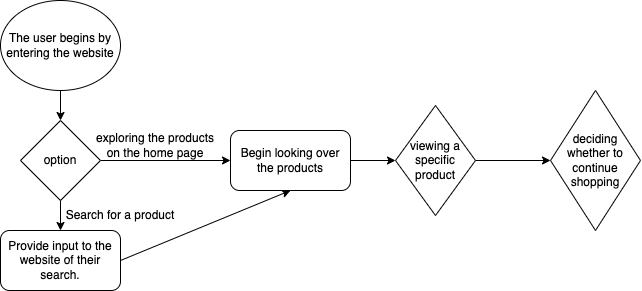
Earlier version of the draw.io export explore/diagramming/diagram.drawio.png (joy002/fa22-cse110-lab4). Source tidied: cells renumbered, new cells last; positions are measured from the earlier drawing's top-left corner, leaving out a move shared by most shapes. Its diagram source:
```xml
<mxGraphModel>
  <root>
    <mxCell id="0" />
    <mxCell id="1" parent="0" />
    <mxCell id="2" style="edgeStyle=none;html=1;exitX=0.5;exitY=1;exitDx=0;exitDy=0;entryX=0.5;entryY=0;entryDx=0;entryDy=0;" parent="1" edge="1" source="3" target="6">
      <mxGeometry relative="1" as="geometry" />
    </mxCell>
    <mxCell id="3" value="The user begins by entering the website" style="ellipse;whiteSpace=wrap;html=1;" parent="1" vertex="1">
      <mxGeometry width="120" height="90" as="geometry" />
    </mxCell>
    <mxCell id="4" style="edgeStyle=none;html=1;exitX=0.5;exitY=1;exitDx=0;exitDy=0;entryX=0.5;entryY=0;entryDx=0;entryDy=0;" parent="1" edge="1" source="6" target="8">
      <mxGeometry relative="1" as="geometry" />
    </mxCell>
    <mxCell id="5" style="edgeStyle=none;html=1;exitX=1;exitY=0.5;exitDx=0;exitDy=0;entryX=0;entryY=0.5;entryDx=0;entryDy=0;" parent="1" edge="1" source="6" target="11">
      <mxGeometry relative="1" as="geometry" />
    </mxCell>
    <mxCell id="6" value="option" style="rhombus;whiteSpace=wrap;html=1;" parent="1" vertex="1">
      <mxGeometry x="20" y="120" width="80" height="80" as="geometry" />
    </mxCell>
    <mxCell id="7" style="edgeStyle=none;html=1;exitX=1;exitY=0.5;exitDx=0;exitDy=0;entryX=0.5;entryY=1;entryDx=0;entryDy=0;" parent="1" edge="1" source="8" target="11">
      <mxGeometry relative="1" as="geometry" />
    </mxCell>
    <mxCell id="8" value="Provide input to the website of their search." style="rounded=1;whiteSpace=wrap;html=1;" parent="1" vertex="1">
      <mxGeometry y="230" width="120" height="60" as="geometry" />
    </mxCell>
    <mxCell id="9" value="Search for a product" style="text;strokeColor=none;align=center;fillColor=none;html=1;verticalAlign=middle;whiteSpace=wrap;rounded=0;" parent="1" vertex="1">
      <mxGeometry x="60" y="200" width="120" height="30" as="geometry" />
    </mxCell>
    <mxCell id="10" style="edgeStyle=none;html=1;exitX=1;exitY=0.5;exitDx=0;exitDy=0;entryX=0;entryY=0.5;entryDx=0;entryDy=0;" parent="1" edge="1" source="11" target="14">
      <mxGeometry relative="1" as="geometry" />
    </mxCell>
    <mxCell id="11" value="Begin looking over the products" style="rounded=1;whiteSpace=wrap;html=1;" parent="1" vertex="1">
      <mxGeometry x="230" y="130" width="120" height="60" as="geometry" />
    </mxCell>
    <mxCell id="12" value="exploring the products on the home page" style="text;strokeColor=none;align=center;fillColor=none;html=1;verticalAlign=middle;whiteSpace=wrap;rounded=0;" parent="1" vertex="1">
      <mxGeometry x="90" y="130" width="130" height="30" as="geometry" />
    </mxCell>
    <mxCell id="13" style="edgeStyle=none;html=1;exitX=1;exitY=0.5;exitDx=0;exitDy=0;entryX=0;entryY=0.5;entryDx=0;entryDy=0;" parent="1" edge="1" source="14" target="15">
      <mxGeometry relative="1" as="geometry" />
    </mxCell>
    <mxCell id="14" value="viewing a specific product" style="rhombus;whiteSpace=wrap;html=1;" parent="1" vertex="1">
      <mxGeometry x="395" y="105" width="80" height="110" as="geometry" />
    </mxCell>
    <mxCell id="15" value="deciding whether to continue shopping" style="rhombus;whiteSpace=wrap;html=1;" parent="1" vertex="1">
      <mxGeometry x="550" y="90" width="90" height="140" as="geometry" />
    </mxCell>
  </root>
</mxGraphModel>
```
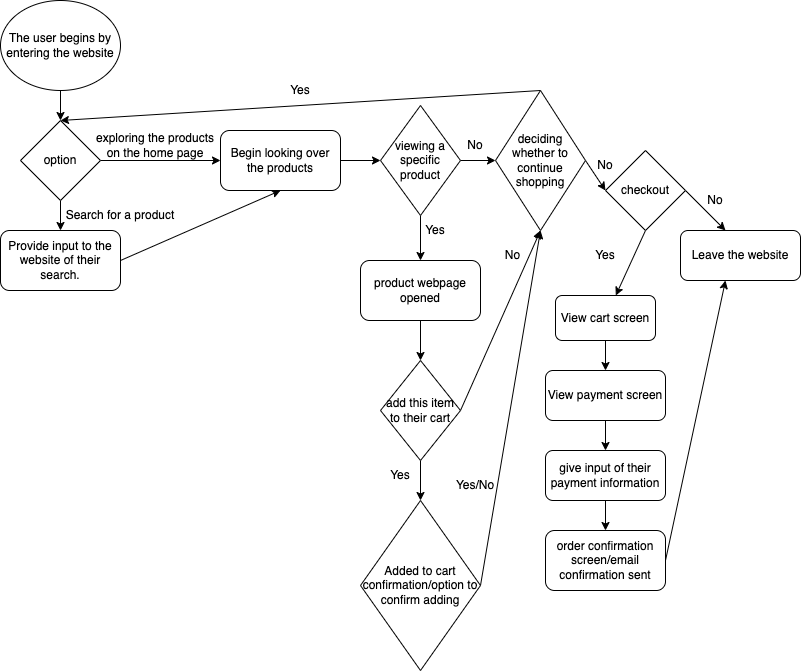
The same file after the commit.

Commit message:
diagram completed

The edit, as a diff of the source:
```diff
@@ -30,7 +30,7 @@
       <mxGeometry relative="1" as="geometry" />
     </mxCell>
     <mxCell id="11" value="Begin looking over the products" style="rounded=1;whiteSpace=wrap;html=1;" parent="1" vertex="1">
-      <mxGeometry x="230" y="130" width="120" height="60" as="geometry" />
+      <mxGeometry x="220" y="130" width="120" height="60" as="geometry" />
     </mxCell>
     <mxCell id="12" value="exploring the products on the home page" style="text;strokeColor=none;align=center;fillColor=none;html=1;verticalAlign=middle;whiteSpace=wrap;rounded=0;" parent="1" vertex="1">
       <mxGeometry x="90" y="130" width="130" height="30" as="geometry" />
@@ -38,11 +38,108 @@
     <mxCell id="13" style="edgeStyle=none;html=1;exitX=1;exitY=0.5;exitDx=0;exitDy=0;entryX=0;entryY=0.5;entryDx=0;entryDy=0;" parent="1" edge="1" source="14" target="15">
       <mxGeometry relative="1" as="geometry" />
     </mxCell>
+    <mxCell id="16" style="edgeStyle=none;html=1;exitX=0.5;exitY=1;exitDx=0;exitDy=0;entryX=0.5;entryY=0;entryDx=0;entryDy=0;" parent="1" edge="1" source="14" target="24">
+      <mxGeometry relative="1" as="geometry" />
+    </mxCell>
     <mxCell id="14" value="viewing a specific product" style="rhombus;whiteSpace=wrap;html=1;" parent="1" vertex="1">
-      <mxGeometry x="395" y="105" width="80" height="110" as="geometry" />
+      <mxGeometry x="380" y="105" width="80" height="110" as="geometry" />
     </mxCell>
+    <mxCell id="17" style="edgeStyle=none;html=1;exitX=0.5;exitY=0;exitDx=0;exitDy=0;entryX=0.5;entryY=0;entryDx=0;entryDy=0;" parent="1" edge="1" source="15" target="6">
+      <mxGeometry relative="1" as="geometry" />
+    </mxCell>
+    <mxCell id="18" style="edgeStyle=none;html=1;exitX=1;exitY=0.5;exitDx=0;exitDy=0;entryX=0;entryY=0.5;entryDx=0;entryDy=0;" parent="1" edge="1" source="15" target="21">
+      <mxGeometry relative="1" as="geometry" />
+    </mxCell>
     <mxCell id="15" value="deciding whether to continue shopping" style="rhombus;whiteSpace=wrap;html=1;" parent="1" vertex="1">
-      <mxGeometry x="550" y="90" width="90" height="140" as="geometry" />
+      <mxGeometry x="495" y="90" width="90" height="140" as="geometry" />
     </mxCell>
+    <mxCell id="19" style="edgeStyle=none;html=1;exitX=1;exitY=0.5;exitDx=0;exitDy=0;entryX=0.5;entryY=0;entryDx=0;entryDy=0;" parent="1" edge="1" source="21">
+      <mxGeometry relative="1" as="geometry">
+        <mxPoint x="725" y="230" as="targetPoint" />
+      </mxGeometry>
+    </mxCell>
+    <mxCell id="20" style="edgeStyle=none;html=1;exitX=0.5;exitY=1;exitDx=0;exitDy=0;" parent="1" edge="1" source="21" target="36">
+      <mxGeometry relative="1" as="geometry" />
+    </mxCell>
+    <mxCell id="21" value="checkout" style="rhombus;whiteSpace=wrap;html=1;" parent="1" vertex="1">
+      <mxGeometry x="605" y="150" width="80" height="80" as="geometry" />
+    </mxCell>
+    <mxCell id="22" value="No" style="text;strokeColor=none;align=center;fillColor=none;html=1;verticalAlign=middle;whiteSpace=wrap;rounded=0;" parent="1" vertex="1">
+      <mxGeometry x="445" y="130" width="60" height="30" as="geometry" />
+    </mxCell>
+    <mxCell id="23" style="edgeStyle=none;html=1;exitX=0.5;exitY=1;exitDx=0;exitDy=0;entryX=0.5;entryY=0;entryDx=0;entryDy=0;" parent="1" edge="1" source="24" target="28">
+      <mxGeometry relative="1" as="geometry" />
+    </mxCell>
+    <mxCell id="24" value="product webpage opened" style="rounded=1;whiteSpace=wrap;html=1;" parent="1" vertex="1">
+      <mxGeometry x="360" y="260" width="120" height="60" as="geometry" />
+    </mxCell>
+    <mxCell id="25" value="Yes" style="text;strokeColor=none;align=center;fillColor=none;html=1;verticalAlign=middle;whiteSpace=wrap;rounded=0;" parent="1" vertex="1">
+      <mxGeometry x="405" y="215" width="60" height="30" as="geometry" />
+    </mxCell>
+    <mxCell id="26" style="edgeStyle=none;html=1;exitX=1;exitY=0.5;exitDx=0;exitDy=0;entryX=0.5;entryY=1;entryDx=0;entryDy=0;" parent="1" edge="1" source="28" target="15">
+      <mxGeometry relative="1" as="geometry" />
+    </mxCell>
+    <mxCell id="27" style="edgeStyle=none;html=1;exitX=0.5;exitY=1;exitDx=0;exitDy=0;entryX=0.5;entryY=0;entryDx=0;entryDy=0;" parent="1" edge="1" source="28" target="45">
+      <mxGeometry relative="1" as="geometry" />
+    </mxCell>
+    <mxCell id="28" value="add this item to their cart" style="rhombus;whiteSpace=wrap;html=1;" parent="1" vertex="1">
+      <mxGeometry x="380" y="360" width="80" height="100" as="geometry" />
+    </mxCell>
+    <mxCell id="29" value="No" style="text;strokeColor=none;align=center;fillColor=none;html=1;verticalAlign=middle;whiteSpace=wrap;rounded=0;" parent="1" vertex="1">
+      <mxGeometry x="490" y="240" width="45" height="30" as="geometry" />
+    </mxCell>
+    <mxCell id="30" value="Yes" style="text;strokeColor=none;align=center;fillColor=none;html=1;verticalAlign=middle;whiteSpace=wrap;rounded=0;" parent="1" vertex="1">
+      <mxGeometry x="370" y="460" width="60" height="30" as="geometry" />
+    </mxCell>
+    <mxCell id="31" value="Yes" style="text;strokeColor=none;align=center;fillColor=none;html=1;verticalAlign=middle;whiteSpace=wrap;rounded=0;" parent="1" vertex="1">
+      <mxGeometry x="270" y="75" width="60" height="30" as="geometry" />
+    </mxCell>
+    <mxCell id="32" value="No" style="text;strokeColor=none;align=center;fillColor=none;html=1;verticalAlign=middle;whiteSpace=wrap;rounded=0;" parent="1" vertex="1">
+      <mxGeometry x="575" y="150" width="60" height="30" as="geometry" />
+    </mxCell>
+    <mxCell id="33" value="Leave the website" style="rounded=1;whiteSpace=wrap;html=1;" parent="1" vertex="1">
+      <mxGeometry x="680" y="230" width="120" height="50" as="geometry" />
+    </mxCell>
+    <mxCell id="34" value="No" style="text;strokeColor=none;align=center;fillColor=none;html=1;verticalAlign=middle;whiteSpace=wrap;rounded=0;" parent="1" vertex="1">
+      <mxGeometry x="695" y="185" width="40" height="30" as="geometry" />
+    </mxCell>
+    <mxCell id="35" style="edgeStyle=none;html=1;exitX=0.5;exitY=1;exitDx=0;exitDy=0;entryX=0.5;entryY=0;entryDx=0;entryDy=0;" parent="1" edge="1" source="36" target="39">
+      <mxGeometry relative="1" as="geometry" />
+    </mxCell>
+    <mxCell id="36" value="View cart screen" style="rounded=1;whiteSpace=wrap;html=1;" parent="1" vertex="1">
+      <mxGeometry x="555" y="295" width="100" height="45" as="geometry" />
+    </mxCell>
+    <mxCell id="37" value="Yes" style="text;strokeColor=none;align=center;fillColor=none;html=1;verticalAlign=middle;whiteSpace=wrap;rounded=0;" parent="1" vertex="1">
+      <mxGeometry x="585" y="240" width="40" height="30" as="geometry" />
+    </mxCell>
+    <mxCell id="38" style="edgeStyle=none;html=1;exitX=0.5;exitY=1;exitDx=0;exitDy=0;entryX=0.5;entryY=0;entryDx=0;entryDy=0;" parent="1" edge="1" source="39" target="41">
+      <mxGeometry relative="1" as="geometry" />
+    </mxCell>
+    <mxCell id="39" value="View payment screen" style="rounded=1;whiteSpace=wrap;html=1;" parent="1" vertex="1">
+      <mxGeometry x="545" y="370" width="120" height="50" as="geometry" />
+    </mxCell>
+    <mxCell id="40" style="edgeStyle=none;html=1;exitX=0.5;exitY=1;exitDx=0;exitDy=0;" parent="1" edge="1" source="41" target="43">
+      <mxGeometry relative="1" as="geometry" />
+    </mxCell>
+    <mxCell id="41" value="give input of their payment information" style="rounded=1;whiteSpace=wrap;html=1;" parent="1" vertex="1">
+      <mxGeometry x="545" y="450" width="120" height="50" as="geometry" />
+    </mxCell>
+    <mxCell id="42" style="edgeStyle=none;html=1;exitX=1;exitY=0.5;exitDx=0;exitDy=0;entryX=0.5;entryY=1;entryDx=0;entryDy=0;" parent="1" edge="1" source="43">
+      <mxGeometry relative="1" as="geometry">
+        <mxPoint x="725" y="280" as="targetPoint" />
+      </mxGeometry>
+    </mxCell>
+    <mxCell id="43" value="order confirmation screen/email confirmation sent" style="rounded=1;whiteSpace=wrap;html=1;" parent="1" vertex="1">
+      <mxGeometry x="545" y="530" width="120" height="60" as="geometry" />
+    </mxCell>
+    <mxCell id="44" style="edgeStyle=none;html=1;exitX=1;exitY=0.5;exitDx=0;exitDy=0;entryX=0.5;entryY=1;entryDx=0;entryDy=0;" parent="1" edge="1" source="45" target="15">
+      <mxGeometry relative="1" as="geometry" />
+    </mxCell>
+    <mxCell id="45" value="Added to cart confirmation/option to confirm adding" style="rhombus;whiteSpace=wrap;html=1;" parent="1" vertex="1">
+      <mxGeometry x="360" y="500" width="120" height="170" as="geometry" />
+    </mxCell>
+    <mxCell id="46" value="Yes/No" style="text;strokeColor=none;align=center;fillColor=none;html=1;verticalAlign=middle;whiteSpace=wrap;rounded=0;" parent="1" vertex="1">
+      <mxGeometry x="445" y="470" width="60" height="30" as="geometry" />
+    </mxCell>
   </root>
 </mxGraphModel>
```
